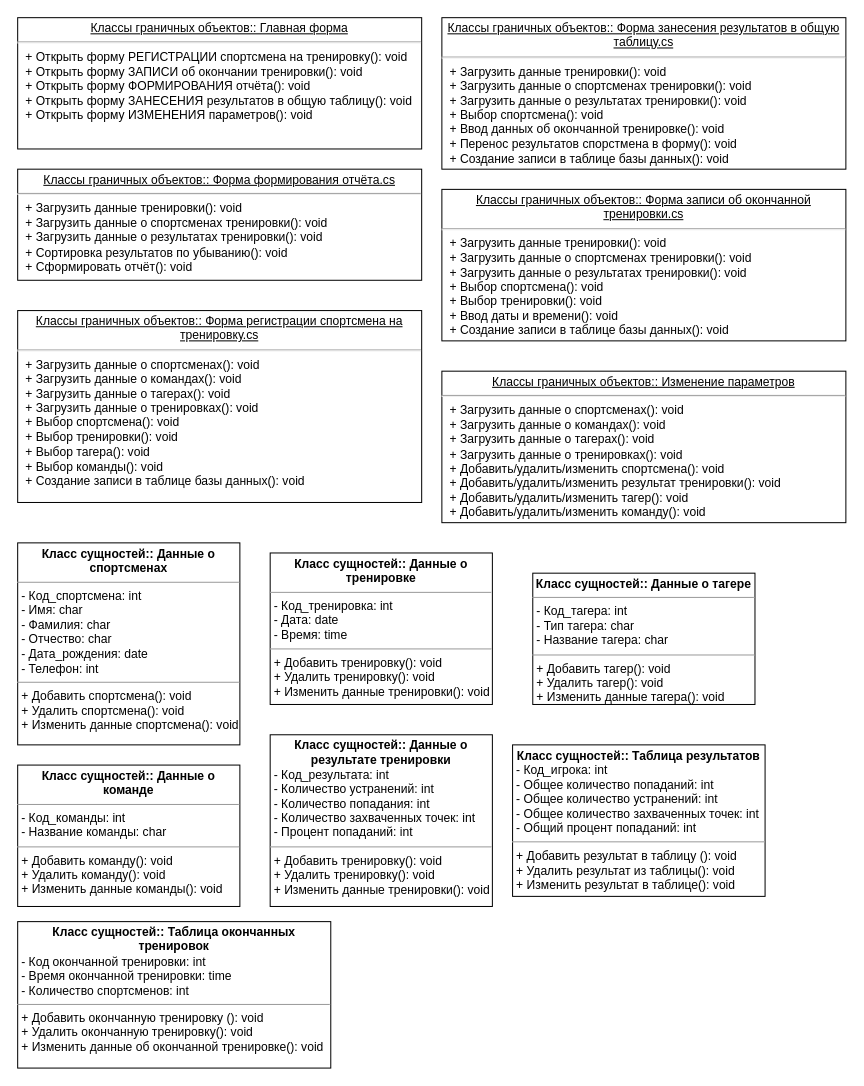
This is Решения/Часть 3. Схемы/Диаграмма классов.drawio from VentoAureo12/Projecting-n-Design, a draw.io file, before an edit. Source tidied: cells renumbered, new cells numbered last; positions are measured from the earlier drawing's top-left corner, leaving out a move shared by most shapes. Both pictures are drawn from the tidied source at 101%, with x=0, y=0 at pixel (17, 17).
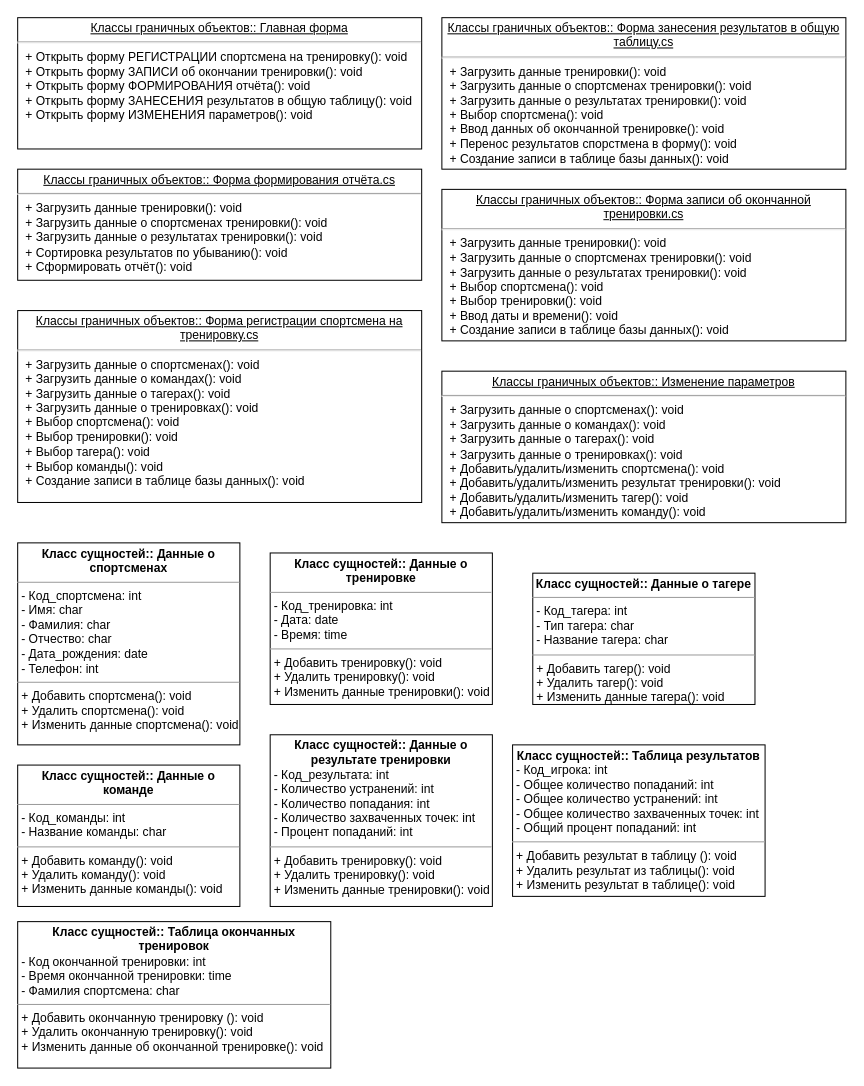
Above is the later version.

Diff of the diagram source:
```diff
@@
 <mxGraphModel>
   <root>
     <mxCell id="0" />
     <mxCell id="1" parent="0" />
     <mxCell id="2" value="&lt;p style=&quot;margin:0px;margin-top:4px;text-align:center;text-decoration:underline;&quot;&gt;Классы граничных объектов:: Главная форма&lt;br&gt;&lt;/p&gt;&lt;hr&gt;&lt;p style=&quot;margin:0px;margin-left:8px;&quot;&gt;+ Открыть форму РЕГИСТРАЦИИ спортсмена на тренировку(): void&lt;br&gt;+ Открыть форму ЗАПИСИ об окончании тренировки(): void&lt;br&gt;+ Открыть форму ФОРМИРОВАНИЯ отчёта(): void&lt;br&gt;&lt;/p&gt;&lt;p style=&quot;margin:0px;margin-left:8px;&quot;&gt;+ Открыть форму ЗАНЕСЕНИЯ результатов в общую таблицу(): void&lt;br&gt;&lt;/p&gt;&lt;p style=&quot;margin:0px;margin-left:8px;&quot;&gt;+ Открыть форму ИЗМЕНЕНИЯ параметров(): void&lt;br&gt;&lt;/p&gt;" style="verticalAlign=top;align=left;overflow=fill;fontSize=12;fontFamily=Helvetica;html=1;whiteSpace=wrap;" parent="1" vertex="1">
       <mxGeometry width="400" height="130" as="geometry" />
     </mxCell>
     <mxCell id="3" value="&lt;p style=&quot;margin:0px;margin-top:4px;text-align:center;text-decoration:underline;&quot;&gt;Классы граничных объектов:: Форма формирования отчёта.cs&lt;br&gt;&lt;/p&gt;&lt;hr&gt;&lt;p style=&quot;margin:0px;margin-left:8px;&quot;&gt;+ Загрузить данные тренировки(): void&lt;br&gt;+ Загрузить данные о спортсменах тренировки(): void&lt;br&gt;+ Загрузить данные о результатах тренировки(): void&lt;br&gt;&lt;/p&gt;&lt;p style=&quot;margin:0px;margin-left:8px;&quot;&gt;+ Сортировка результатов по убыванию(): void&lt;br&gt;&lt;/p&gt;&lt;p style=&quot;margin:0px;margin-left:8px;&quot;&gt;+ Сформировать отчёт(): void&lt;br&gt;&lt;/p&gt;" style="verticalAlign=top;align=left;overflow=fill;fontSize=12;fontFamily=Helvetica;html=1;whiteSpace=wrap;" parent="1" vertex="1">
       <mxGeometry y="150" width="400" height="110" as="geometry" />
     </mxCell>
     <mxCell id="4" value="&lt;p style=&quot;margin:0px;margin-top:4px;text-align:center;text-decoration:underline;&quot;&gt;Классы граничных объектов:: Форма занесения результатов в общую таблицу.cs&lt;br&gt;&lt;/p&gt;&lt;hr&gt;&lt;p style=&quot;margin:0px;margin-left:8px;&quot;&gt;+ Загрузить данные тренировки(): void&lt;br&gt;+ Загрузить данные о спортсменах тренировки(): void&lt;br&gt;+ Загрузить данные о результатах тренировки(): void&lt;br&gt;&lt;/p&gt;&lt;p style=&quot;margin:0px;margin-left:8px;&quot;&gt;+ Выбор спортсмена(): void&lt;br&gt;&lt;/p&gt;&lt;p style=&quot;margin:0px;margin-left:8px;&quot;&gt;+ Ввод данных об окончанной тренировке(): void&lt;/p&gt;&lt;p style=&quot;margin:0px;margin-left:8px;&quot;&gt;+ Перенос результатов спорстмена в форму(): void&lt;br&gt;&lt;/p&gt;&lt;p style=&quot;margin:0px;margin-left:8px;&quot;&gt;+ Создание записи в таблице базы данных(): void&lt;br&gt;&lt;/p&gt;" style="verticalAlign=top;align=left;overflow=fill;fontSize=12;fontFamily=Helvetica;html=1;whiteSpace=wrap;" parent="1" vertex="1">
       <mxGeometry x="420" width="400" height="150" as="geometry" />
     </mxCell>
     <mxCell id="5" value="&lt;p style=&quot;margin:0px;margin-top:4px;text-align:center;text-decoration:underline;&quot;&gt;Классы граничных объектов:: Форма записи об окончанной тренировки.cs&lt;br&gt;&lt;/p&gt;&lt;hr&gt;&lt;p style=&quot;margin:0px;margin-left:8px;&quot;&gt;+ Загрузить данные тренировки(): void&lt;br&gt;+ Загрузить данные о спортсменах тренировки(): void&lt;br&gt;+ Загрузить данные о результатах тренировки(): void&lt;br&gt;&lt;/p&gt;&lt;p style=&quot;margin:0px;margin-left:8px;&quot;&gt;+ Выбор спортсмена(): void&lt;br&gt;&lt;/p&gt;&lt;p style=&quot;margin:0px;margin-left:8px;&quot;&gt;+ Выбор тренировки(): void&lt;/p&gt;&lt;p style=&quot;margin:0px;margin-left:8px;&quot;&gt;+ Ввод даты и времени(): void&lt;br&gt;&lt;/p&gt;&lt;p style=&quot;margin:0px;margin-left:8px;&quot;&gt;+ Создание записи в таблице базы данных(): void&lt;br&gt;&lt;/p&gt;" style="verticalAlign=top;align=left;overflow=fill;fontSize=12;fontFamily=Helvetica;html=1;whiteSpace=wrap;" parent="1" vertex="1">
       <mxGeometry x="420" y="170" width="400" height="150" as="geometry" />
     </mxCell>
     <mxCell id="6" value="&lt;p style=&quot;margin:0px;margin-top:4px;text-align:center;text-decoration:underline;&quot;&gt;Классы граничных объектов:: Форма регистрации спортсмена на тренировку.cs&lt;br&gt;&lt;/p&gt;&lt;hr&gt;&lt;p style=&quot;margin:0px;margin-left:8px;&quot;&gt;+ Загрузить данные о спортсменах(): void&lt;br&gt;+ Загрузить данные о командах(): void&lt;br&gt;+ Загрузить данные о тагерах(): void&lt;br&gt;&lt;/p&gt;&lt;p style=&quot;margin:0px;margin-left:8px;&quot;&gt;+ Загрузить данные о тренировках(): void&lt;br&gt;&lt;/p&gt;&lt;p style=&quot;margin:0px;margin-left:8px;&quot;&gt;+ Выбор спортсмена(): void&lt;br&gt;&lt;/p&gt;&lt;p style=&quot;margin:0px;margin-left:8px;&quot;&gt;+ Выбор тренировки(): void&lt;/p&gt;&lt;p style=&quot;margin:0px;margin-left:8px;&quot;&gt;+ Выбор тагера(): void&lt;br&gt;&lt;/p&gt;&lt;p style=&quot;margin:0px;margin-left:8px;&quot;&gt;+ Выбор команды(): void&lt;br&gt;&lt;/p&gt;&lt;p style=&quot;margin:0px;margin-left:8px;&quot;&gt;&lt;span style=&quot;background-color: initial;&quot;&gt;+ Создание записи в таблице базы данных(): void&lt;/span&gt;&lt;br&gt;&lt;/p&gt;" style="verticalAlign=top;align=left;overflow=fill;fontSize=12;fontFamily=Helvetica;html=1;whiteSpace=wrap;" parent="1" vertex="1">
       <mxGeometry y="290" width="400" height="190" as="geometry" />
     </mxCell>
     <mxCell id="7" value="&lt;p style=&quot;margin:0px;margin-top:4px;text-align:center;text-decoration:underline;&quot;&gt;Классы граничных объектов:: Изменение параметров&lt;br&gt;&lt;/p&gt;&lt;hr&gt;&lt;p style=&quot;margin:0px;margin-left:8px;&quot;&gt;+ Загрузить данные о спортсменах(): void&lt;br&gt;+ Загрузить данные о командах(): void&lt;br&gt;+ Загрузить данные о тагерах(): void&lt;br&gt;&lt;/p&gt;&lt;p style=&quot;margin:0px;margin-left:8px;&quot;&gt;+ Загрузить данные о тренировках(): void&lt;br&gt;&lt;/p&gt;&lt;p style=&quot;margin:0px;margin-left:8px;&quot;&gt;+ Добавить/удалить/изменить спортсмена(): void&lt;br&gt;&lt;/p&gt;&lt;p style=&quot;margin:0px;margin-left:8px;&quot;&gt;+ Добавить/удалить/изменить результат тренировки(): void&lt;/p&gt;&lt;p style=&quot;margin:0px;margin-left:8px;&quot;&gt;+ Добавить/удалить/изменить тагер(): void&lt;br&gt;&lt;/p&gt;&lt;p style=&quot;margin:0px;margin-left:8px;&quot;&gt;+&amp;nbsp;Добавить/удалить/изменить команду(): void&lt;/p&gt;" style="verticalAlign=top;align=left;overflow=fill;fontSize=12;fontFamily=Helvetica;html=1;whiteSpace=wrap;" parent="1" vertex="1">
       <mxGeometry x="420" y="350" width="400" height="150" as="geometry" />
     </mxCell>
     <mxCell id="8" value="&lt;p style=&quot;margin:0px;margin-top:4px;text-align:center;&quot;&gt;&lt;b&gt;Класс сущностей:: Данные о спортсменах&lt;/b&gt;&lt;/p&gt;&lt;hr size=&quot;1&quot;&gt;&lt;p style=&quot;margin:0px;margin-left:4px;&quot;&gt;- Код_спортсмена: int&lt;br&gt;- Имя: char&lt;/p&gt;&lt;p style=&quot;margin:0px;margin-left:4px;&quot;&gt;- Фамилия: char&lt;/p&gt;&lt;p style=&quot;margin:0px;margin-left:4px;&quot;&gt;- Отчество: char&lt;/p&gt;&lt;p style=&quot;margin:0px;margin-left:4px;&quot;&gt;- Дата_рождения: date&lt;/p&gt;&lt;p style=&quot;margin:0px;margin-left:4px;&quot;&gt;- Телефон: int&lt;/p&gt;&lt;hr size=&quot;1&quot;&gt;&lt;p style=&quot;margin:0px;margin-left:4px;&quot;&gt;+ Добавить спортсмена(): void&lt;br&gt;+ Удалить спортсмена(): void&lt;br&gt;&lt;/p&gt;&lt;p style=&quot;margin:0px;margin-left:4px;&quot;&gt;+ Изменить данные спортсмена(): void&lt;br&gt;&lt;/p&gt;" style="verticalAlign=top;align=left;overflow=fill;fontSize=12;fontFamily=Helvetica;html=1;whiteSpace=wrap;" parent="1" vertex="1">
       <mxGeometry y="520" width="220" height="200" as="geometry" />
     </mxCell>
     <mxCell id="9" value="&lt;p style=&quot;margin:0px;margin-top:4px;text-align:center;&quot;&gt;&lt;b&gt;Класс сущностей:: Данные о тренировке&lt;/b&gt;&lt;/p&gt;&lt;hr size=&quot;1&quot;&gt;&lt;p style=&quot;margin:0px;margin-left:4px;&quot;&gt;- Код_тренировка: int&lt;br&gt;- Дата: date&lt;/p&gt;&lt;p style=&quot;margin:0px;margin-left:4px;&quot;&gt;- Время: time&lt;/p&gt;&lt;hr size=&quot;1&quot;&gt;&lt;p style=&quot;margin:0px;margin-left:4px;&quot;&gt;+ Добавить тренировку(): void&lt;br&gt;+ Удалить тренировку(): void&lt;br&gt;&lt;/p&gt;&lt;p style=&quot;margin:0px;margin-left:4px;&quot;&gt;+ Изменить данные тренировки(): void&lt;br&gt;&lt;/p&gt;" style="verticalAlign=top;align=left;overflow=fill;fontSize=12;fontFamily=Helvetica;html=1;whiteSpace=wrap;" parent="1" vertex="1">
       <mxGeometry x="250" y="530" width="220" height="150" as="geometry" />
     </mxCell>
     <mxCell id="10" value="&lt;p style=&quot;margin:0px;margin-top:4px;text-align:center;&quot;&gt;&lt;b&gt;Класс сущностей:: Данные о тагере&lt;/b&gt;&lt;/p&gt;&lt;hr size=&quot;1&quot;&gt;&lt;p style=&quot;margin:0px;margin-left:4px;&quot;&gt;- Код_тагера: int&lt;br&gt;- Тип тагера: char&lt;/p&gt;&lt;p style=&quot;margin:0px;margin-left:4px;&quot;&gt;- Название тагера: char&lt;/p&gt;&lt;hr size=&quot;1&quot;&gt;&lt;p style=&quot;margin:0px;margin-left:4px;&quot;&gt;+ Добавить тагер(): void&lt;br&gt;+ Удалить тагер(): void&lt;br&gt;&lt;/p&gt;&lt;p style=&quot;margin:0px;margin-left:4px;&quot;&gt;+ Изменить данные тагера(): void&lt;br&gt;&lt;/p&gt;" style="verticalAlign=top;align=left;overflow=fill;fontSize=12;fontFamily=Helvetica;html=1;whiteSpace=wrap;" parent="1" vertex="1">
       <mxGeometry x="510" y="550" width="220" height="130" as="geometry" />
     </mxCell>
     <mxCell id="11" value="&lt;p style=&quot;margin:0px;margin-top:4px;text-align:center;&quot;&gt;&lt;b&gt;Класс сущностей:: Данные о команде&lt;/b&gt;&lt;/p&gt;&lt;hr size=&quot;1&quot;&gt;&lt;p style=&quot;margin:0px;margin-left:4px;&quot;&gt;- Код_команды: int&lt;br&gt;- Название команды: char&lt;/p&gt;&lt;hr size=&quot;1&quot;&gt;&lt;p style=&quot;margin:0px;margin-left:4px;&quot;&gt;+ Добавить команду(): void&lt;br&gt;+ Удалить команду(): void&lt;br&gt;&lt;/p&gt;&lt;p style=&quot;margin:0px;margin-left:4px;&quot;&gt;+ Изменить данные команды(): void&lt;br&gt;&lt;/p&gt;" style="verticalAlign=top;align=left;overflow=fill;fontSize=12;fontFamily=Helvetica;html=1;whiteSpace=wrap;" parent="1" vertex="1">
       <mxGeometry y="740" width="220" height="140" as="geometry" />
     </mxCell>
     <mxCell id="12" value="&lt;p style=&quot;margin:0px;margin-top:4px;text-align:center;&quot;&gt;&lt;b&gt;Класс сущностей:: Данные о результате тренировки&lt;/b&gt;&lt;/p&gt;&lt;p style=&quot;margin:0px;margin-left:4px;&quot;&gt;- Код_результата: int&lt;br&gt;- Количество устранений: int&lt;/p&gt;&lt;p style=&quot;margin:0px;margin-left:4px;&quot;&gt;- Количество попадания: int&lt;/p&gt;&lt;p style=&quot;margin:0px;margin-left:4px;&quot;&gt;- Количество захваченных точек: int&lt;br&gt;&lt;/p&gt;&lt;p style=&quot;margin:0px;margin-left:4px;&quot;&gt;- Процент попаданий: int&lt;br&gt;&lt;/p&gt;&lt;hr size=&quot;1&quot;&gt;&lt;p style=&quot;margin:0px;margin-left:4px;&quot;&gt;+ Добавить тренировку(): void&lt;br&gt;+ Удалить тренировку(): void&lt;br&gt;&lt;/p&gt;&lt;p style=&quot;margin:0px;margin-left:4px;&quot;&gt;+ Изменить данные тренировки(): void&lt;br&gt;&lt;/p&gt;" style="verticalAlign=top;align=left;overflow=fill;fontSize=12;fontFamily=Helvetica;html=1;whiteSpace=wrap;" parent="1" vertex="1">
       <mxGeometry x="250" y="710" width="220" height="170" as="geometry" />
     </mxCell>
     <mxCell id="13" value="&lt;p style=&quot;margin:0px;margin-top:4px;text-align:center;&quot;&gt;&lt;b&gt;Класс сущностей:: Таблица результатов&lt;/b&gt;&lt;/p&gt;&lt;p style=&quot;margin:0px;margin-left:4px;&quot;&gt;- Код_игрока: int&lt;br&gt;- Общее количество попаданий: int&lt;/p&gt;&lt;p style=&quot;margin:0px;margin-left:4px;&quot;&gt;- Общее количество устранений: int&lt;/p&gt;&lt;p style=&quot;margin:0px;margin-left:4px;&quot;&gt;- Общее количество захваченных точек: int&lt;br&gt;&lt;/p&gt;&lt;p style=&quot;margin:0px;margin-left:4px;&quot;&gt;- Общий процент попаданий: int&lt;br&gt;&lt;/p&gt;&lt;hr size=&quot;1&quot;&gt;&lt;p style=&quot;margin:0px;margin-left:4px;&quot;&gt;+ Добавить результат в таблицу (): void&lt;br&gt;+ Удалить результат из таблицы(): void&lt;br&gt;&lt;/p&gt;&lt;p style=&quot;margin:0px;margin-left:4px;&quot;&gt;+ Изменить результат в таблице(): void&lt;br&gt;&lt;/p&gt;" style="verticalAlign=top;align=left;overflow=fill;fontSize=12;fontFamily=Helvetica;html=1;whiteSpace=wrap;" parent="1" vertex="1">
       <mxGeometry x="490" y="720" width="250" height="150" as="geometry" />
     </mxCell>
-    <mxCell id="14" value="&lt;p style=&quot;margin:0px;margin-top:4px;text-align:center;&quot;&gt;&lt;b&gt;Класс сущностей:: Таблица окончанных тренировок&lt;/b&gt;&lt;/p&gt;&lt;p style=&quot;margin:0px;margin-left:4px;&quot;&gt;- Код окончанной тренировки: int&lt;br&gt;- Время окончанной тренировки: time&lt;/p&gt;&lt;p style=&quot;margin:0px;margin-left:4px;&quot;&gt;- Количество спортсменов: int&lt;/p&gt;&lt;hr size=&quot;1&quot;&gt;&lt;p style=&quot;margin:0px;margin-left:4px;&quot;&gt;+ Добавить окончанную тренировку (): void&lt;br&gt;+ Удалить окончанную тренировку(): void&lt;br&gt;&lt;/p&gt;&lt;p style=&quot;margin:0px;margin-left:4px;&quot;&gt;+ Изменить данные об окончанной тренировке(): void&lt;br&gt;&lt;/p&gt;" style="verticalAlign=top;align=left;overflow=fill;fontSize=12;fontFamily=Helvetica;html=1;whiteSpace=wrap;" parent="1" vertex="1">
+    <mxCell id="14" value="&lt;p style=&quot;margin:0px;margin-top:4px;text-align:center;&quot;&gt;&lt;b&gt;Класс сущностей:: Таблица окончанных тренировок&lt;/b&gt;&lt;/p&gt;&lt;p style=&quot;margin:0px;margin-left:4px;&quot;&gt;- Код окончанной тренировки: int&lt;br&gt;- Время окончанной тренировки: time&lt;/p&gt;&lt;p style=&quot;margin:0px;margin-left:4px;&quot;&gt;- Фамилия спортсмена: char&lt;/p&gt;&lt;hr size=&quot;1&quot;&gt;&lt;p style=&quot;margin:0px;margin-left:4px;&quot;&gt;+ Добавить окончанную тренировку (): void&lt;br&gt;+ Удалить окончанную тренировку(): void&lt;br&gt;&lt;/p&gt;&lt;p style=&quot;margin:0px;margin-left:4px;&quot;&gt;+ Изменить данные об окончанной тренировке(): void&lt;br&gt;&lt;/p&gt;" style="verticalAlign=top;align=left;overflow=fill;fontSize=12;fontFamily=Helvetica;html=1;whiteSpace=wrap;" parent="1" vertex="1">
       <mxGeometry y="895" width="310" height="145" as="geometry" />
     </mxCell>
   </root>
 </mxGraphModel>
```
